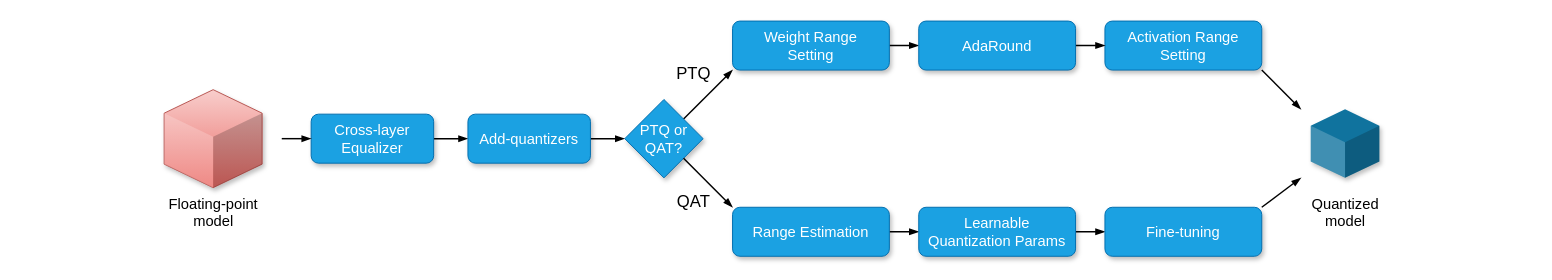
hoangtv2000/document-collection keeps this draw.io diagram as Untitled Diagram.drawio. Above is the earlier version. Source tidied: cells renumbered, new cells numbered last; positions are measured from the earlier drawing's top-left corner, leaving out a move shared by most shapes. Both pictures are drawn from the tidied source at 98%, with x=0, y=0 at pixel (159, 21).
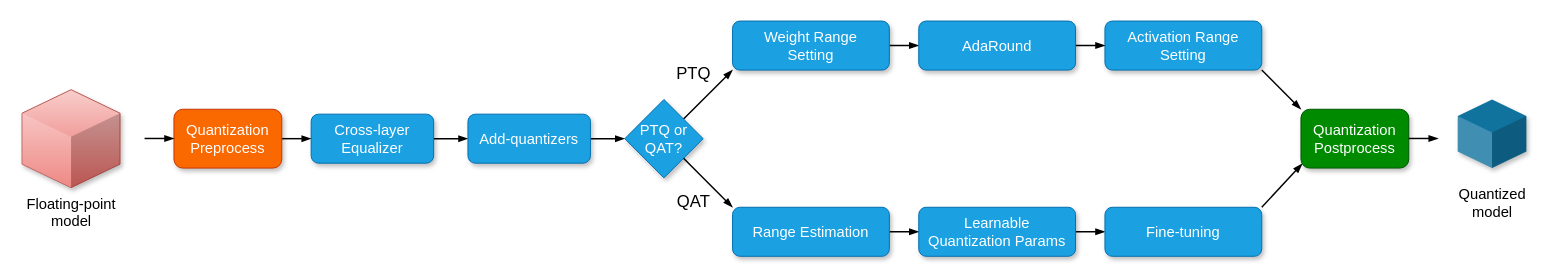
The same page after the edit.

Commit message:
Cập nhật Untitled Diagram.drawio

The change refers to these unchanged cells:
```xml
<mxCell id="19" value="&lt;span style=&quot;font-size: 15px;&quot;&gt;Activation Range&lt;br&gt;Setting&lt;/span&gt;" style="rounded=1;whiteSpace=wrap;html=1;fillColor=#1ba1e2;strokeColor=#006EAF;fontColor=#ffffff;shadow=1;" parent="1" vertex="1">
  <mxGeometry x="965" width="160" height="50" as="geometry" />
</mxCell>
<mxCell id="25" value="&lt;span style=&quot;font-size: 15px;&quot;&gt;Fine-tuning&lt;/span&gt;" style="rounded=1;whiteSpace=wrap;html=1;fillColor=#1ba1e2;strokeColor=#006EAF;fontColor=#ffffff;shadow=1;" parent="1" vertex="1">
  <mxGeometry x="965" y="190" width="160" height="50" as="geometry" />
</mxCell>
```

Diff of the diagram source:
```diff
@@
     <mxCell id="2" style="verticalLabelPosition=bottom;verticalAlign=top;html=1;shape=mxgraph.infographic.shadedCube;isoAngle=15;fillColor=#f8cecc;strokeColor=#b85450;gradientColor=#ea6b66;shadow=1;" parent="1" vertex="1">
-      <mxGeometry x="5" y="70" width="100" height="100" as="geometry" />
+      <mxGeometry x="-140" y="70" width="100" height="100" as="geometry" />
     </mxCell>
     <mxCell id="3" value="&lt;font style=&quot;font-size: 15px;&quot;&gt;Floating-point&lt;br&gt;model&lt;/font&gt;" style="text;html=1;align=center;verticalAlign=middle;strokeColor=none;fillColor=none;" parent="1" vertex="1">
-      <mxGeometry y="170" width="110" height="50" as="geometry" />
+      <mxGeometry x="-145" y="170" width="110" height="50" as="geometry" />
     </mxCell>
@@
-    <mxCell id="18" style="rounded=0;jettySize=auto;html=1;exitX=1;exitY=1;exitDx=0;exitDy=0;strokeColor=default;strokeWidth=1.5;align=center;verticalAlign=middle;fontFamily=Helvetica;fontSize=11;fontColor=default;labelBackgroundColor=default;endArrow=blockThin;endFill=1;" parent="1" edge="1" source="19">
-      <mxGeometry relative="1" as="geometry">
-        <mxPoint x="1165" y="90" as="targetPoint" />
-      </mxGeometry>
+    <mxCell id="18" style="rounded=0;jettySize=auto;html=1;exitX=1;exitY=1;exitDx=0;exitDy=0;strokeColor=default;strokeWidth=1.5;align=center;verticalAlign=middle;fontFamily=Helvetica;fontSize=11;fontColor=default;labelBackgroundColor=default;endArrow=blockThin;endFill=1;entryX=0;entryY=0;entryDx=0;entryDy=0;" parent="1" edge="1" source="19" target="28">
+      <mxGeometry relative="1" as="geometry" />
     </mxCell>
@@
-    <mxCell id="24" style="rounded=0;jettySize=auto;html=1;exitX=1;exitY=0;exitDx=0;exitDy=0;strokeColor=default;strokeWidth=1.5;align=center;verticalAlign=middle;fontFamily=Helvetica;fontSize=11;fontColor=default;labelBackgroundColor=default;endArrow=blockThin;endFill=1;" parent="1" edge="1" source="25">
-      <mxGeometry relative="1" as="geometry">
-        <mxPoint x="1165" y="160" as="targetPoint" />
-      </mxGeometry>
+    <mxCell id="24" style="rounded=0;jettySize=auto;html=1;exitX=1;exitY=0;exitDx=0;exitDy=0;strokeColor=default;strokeWidth=1.5;align=center;verticalAlign=middle;fontFamily=Helvetica;fontSize=11;fontColor=default;labelBackgroundColor=default;endArrow=blockThin;endFill=1;entryX=0.012;entryY=0.925;entryDx=0;entryDy=0;entryPerimeter=0;" parent="1" edge="1" source="25" target="28">
+      <mxGeometry relative="1" as="geometry" />
     </mxCell>
@@
     <mxCell id="26" value="&lt;span style=&quot;font-size: 15px;&quot;&gt;Quantized&lt;br&gt;model&lt;/span&gt;" style="text;html=1;align=center;verticalAlign=middle;strokeColor=none;fillColor=none;" parent="1" vertex="1">
-      <mxGeometry x="1165" y="170" width="90" height="50" as="geometry" />
+      <mxGeometry x="1315" y="160" width="90" height="50" as="geometry" />
     </mxCell>
     <mxCell id="27" style="verticalLabelPosition=bottom;verticalAlign=top;html=1;shape=mxgraph.infographic.shadedCube;isoAngle=15;fillColor=#10739E;strokeColor=none;fontFamily=Helvetica;fontSize=11;fontColor=default;labelBackgroundColor=default;shadow=1;" parent="1" vertex="1">
-      <mxGeometry x="1175" y="90" width="70" height="70" as="geometry" />
+      <mxGeometry x="1325" y="80" width="70" height="70" as="geometry" />
     </mxCell>
+    <mxCell id="28" value="&lt;span style=&quot;font-size: 15px;&quot;&gt;Quantization&lt;/span&gt;&lt;br&gt;&lt;span style=&quot;font-size: 15px;&quot;&gt;Postprocess&lt;/span&gt;" style="rounded=1;whiteSpace=wrap;html=1;fillColor=#008a00;strokeColor=#005700;shadow=1;fontColor=#ffffff;" parent="1" vertex="1">
+      <mxGeometry x="1165" y="90" width="110" height="60" as="geometry" />
+    </mxCell>
+    <mxCell id="29" value="&lt;font color=&quot;#ffffff&quot;&gt;&lt;span style=&quot;font-size: 15px;&quot;&gt;Quantization&lt;/span&gt;&lt;br&gt;&lt;span style=&quot;font-size: 15px;&quot;&gt;Preprocess&lt;/span&gt;&lt;/font&gt;" style="rounded=1;whiteSpace=wrap;html=1;fillColor=#fa6800;strokeColor=#C73500;shadow=1;fontColor=#000000;" parent="1" vertex="1">
+      <mxGeometry x="15" y="90" width="110" height="60" as="geometry" />
+    </mxCell>
+    <mxCell id="30" style="edgeStyle=orthogonalEdgeStyle;rounded=0;orthogonalLoop=1;jettySize=auto;html=1;entryX=0;entryY=0.5;entryDx=0;entryDy=0;endArrow=blockThin;endFill=1;strokeWidth=1.5;" parent="1" edge="1">
+      <mxGeometry relative="1" as="geometry">
+        <mxPoint x="-15" y="119.8" as="sourcePoint" />
+        <mxPoint x="15" y="119.8" as="targetPoint" />
+        <Array as="points">
+          <mxPoint x="15" y="119.8" />
+          <mxPoint x="15" y="119.8" />
+        </Array>
+      </mxGeometry>
+    </mxCell>
+    <mxCell id="31" style="edgeStyle=orthogonalEdgeStyle;rounded=0;orthogonalLoop=1;jettySize=auto;html=1;entryX=0;entryY=0.5;entryDx=0;entryDy=0;endArrow=blockThin;endFill=1;strokeWidth=1.5;" parent="1" edge="1">
+      <mxGeometry relative="1" as="geometry">
+        <mxPoint x="1275" y="119.8" as="sourcePoint" />
+        <mxPoint x="1305" y="119.8" as="targetPoint" />
+        <Array as="points">
+          <mxPoint x="1305" y="119.8" />
+          <mxPoint x="1305" y="119.8" />
+        </Array>
+      </mxGeometry>
+    </mxCell>
```
